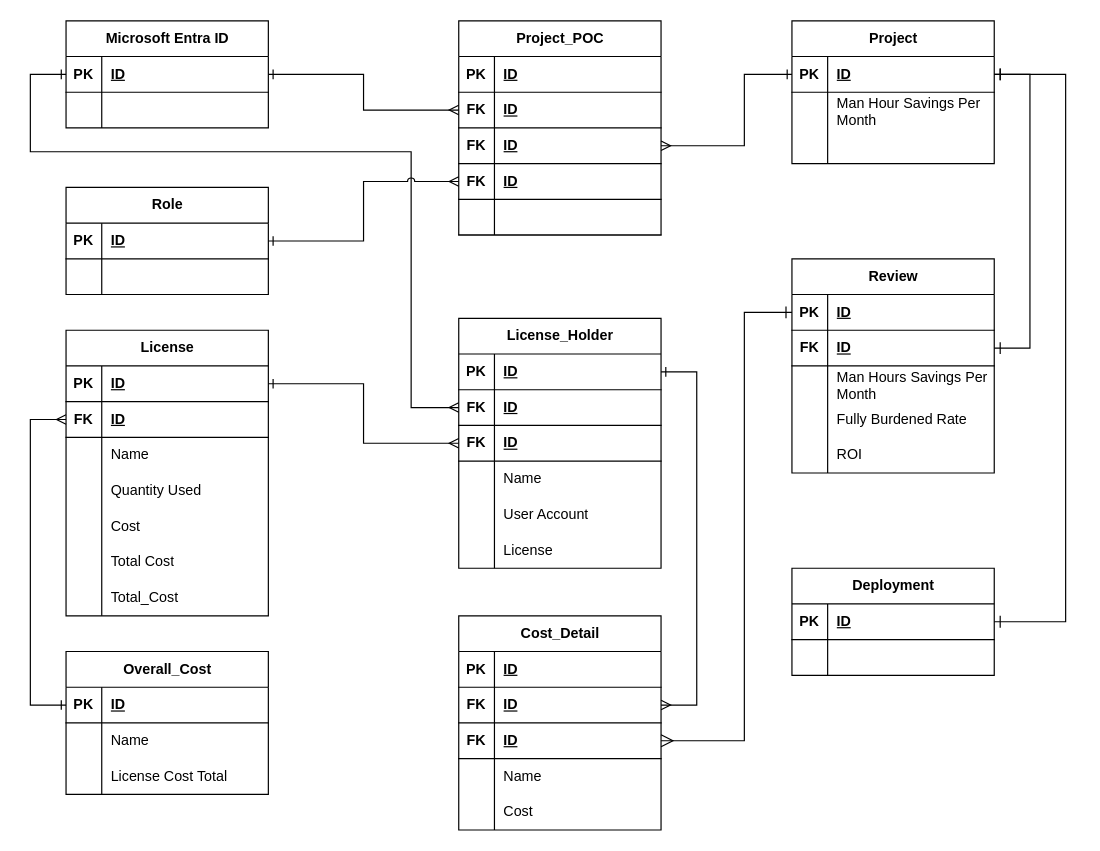
Earlier version of the draw.io diagram erd-projint-01.drawio (josjreyes/ProjectIntake). Source tidied: cells renumbered, new cells numbered last; positions are measured from the earlier drawing's top-left corner, leaving out a move shared by most shapes. Both pictures are drawn from the tidied source at 119%, with x=0, y=0 at pixel (30, 20).
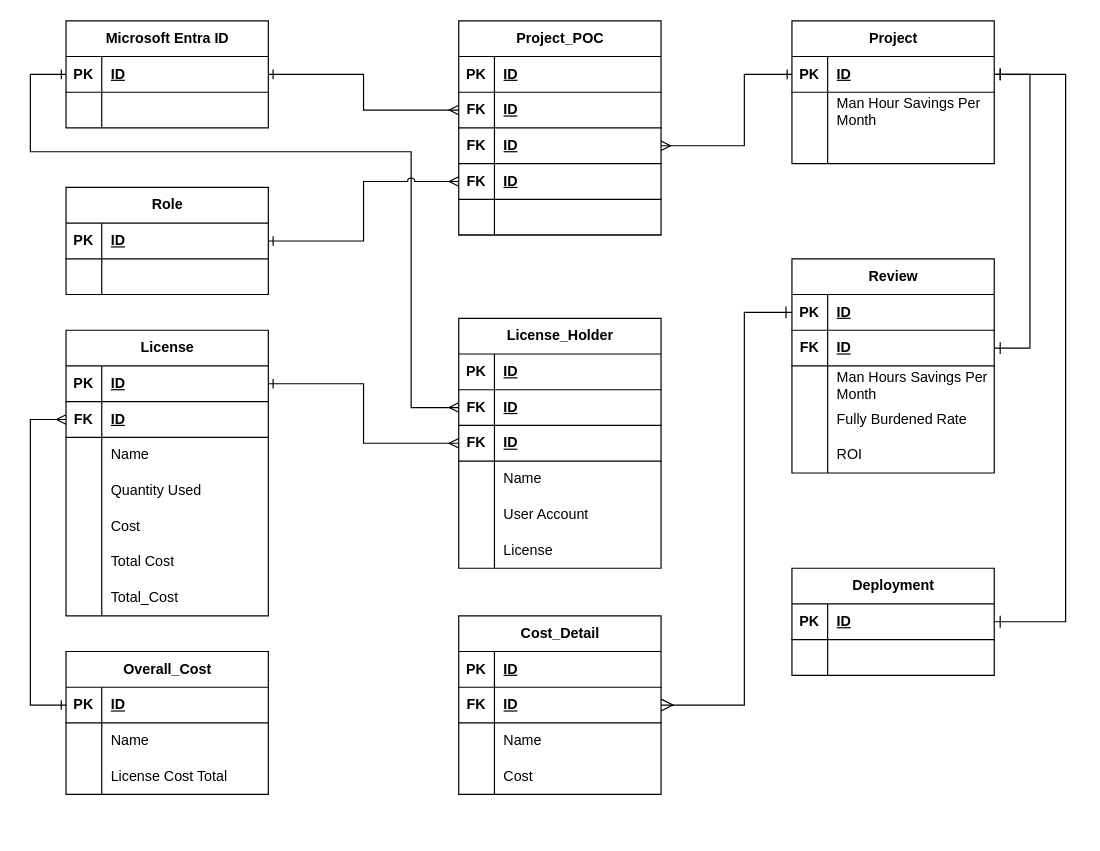
Above is the later version.

Commit message:
Removed relationship between license_holder and cost_detail erd-projint-01.drawio

The change refers to these unchanged cells:
```xml
<mxCell id="67" style="shape=tableRow;horizontal=0;startSize=0;swimlaneHead=0;swimlaneBody=0;fillColor=none;points=[[0,0.5],[1,0.5]];portConstraint=eastwest;top=0;left=0;right=0;bottom=1;" parent="66" vertex="1">
  <mxGeometry y="30" width="170" height="30" as="geometry" />
</mxCell>
<mxCell id="105" style="shape=tableRow;horizontal=0;startSize=0;swimlaneHead=0;swimlaneBody=0;fillColor=none;points=[[0,0.5],[1,0.5]];portConstraint=eastwest;top=0;left=0;right=0;bottom=1;" parent="104" vertex="1">
  <mxGeometry y="30" width="170" height="30" as="geometry" />
</mxCell>
```

The edit, as a diff of the source:
```diff
@@
     <mxCell id="34" value="Cost_Detail" style="shape=table;startSize=30;childLayout=tableLayout;rowLines=0;fontStyle=1;align=center;html=1;" parent="1" vertex="1">
-      <mxGeometry x="360" y="500" width="170" height="180" as="geometry" />
+      <mxGeometry x="360" y="500" width="170" height="150" as="geometry" />
     </mxCell>
@@
-    <mxCell id="38" style="shape=tableRow;horizontal=0;startSize=0;swimlaneHead=0;swimlaneBody=0;fillColor=none;points=[[0,0.5],[1,0.5]];portConstraint=eastwest;top=0;left=0;right=0;bottom=1;" parent="34" vertex="1">
-      <mxGeometry y="60" width="170" height="30" as="geometry" />
-    </mxCell>
-    <mxCell id="39" value="FK" style="shape=partialRectangle;fillColor=none;top=0;left=0;bottom=0;right=0;fontStyle=1;overflow=hidden;whiteSpace=wrap;html=1;" parent="38" vertex="1">
-      <mxGeometry width="30" height="30" as="geometry" />
-    </mxCell>
-    <mxCell id="40" value="ID" style="shape=partialRectangle;fillColor=none;top=0;left=0;bottom=0;right=0;align=left;spacingLeft=6;fontStyle=5;overflow=hidden;whiteSpace=wrap;html=1;" parent="38" vertex="1">
-      <mxGeometry x="30" width="140" height="30" as="geometry" />
-    </mxCell>
     <mxCell id="41" style="shape=tableRow;horizontal=0;startSize=0;swimlaneHead=0;swimlaneBody=0;fillColor=none;points=[[0,0.5],[1,0.5]];portConstraint=eastwest;top=0;left=0;right=0;bottom=1;" parent="34" vertex="1">
-      <mxGeometry y="90" width="170" height="30" as="geometry" />
+      <mxGeometry y="60" width="170" height="30" as="geometry" />
     </mxCell>
@@
     <mxCell id="44" style="shape=tableRow;horizontal=0;startSize=0;swimlaneHead=0;swimlaneBody=0;fillColor=none;top=0;left=0;right=0;bottom=0;" parent="34" vertex="1">
-      <mxGeometry y="120" width="170" height="30" as="geometry" />
+      <mxGeometry y="90" width="170" height="30" as="geometry" />
     </mxCell>
@@
     <mxCell id="47" style="shape=tableRow;horizontal=0;startSize=0;swimlaneHead=0;swimlaneBody=0;fillColor=none;top=0;left=0;right=0;bottom=0;" parent="34" vertex="1">
-      <mxGeometry y="150" width="170" height="30" as="geometry" />
+      <mxGeometry y="120" width="170" height="30" as="geometry" />
     </mxCell>
@@
-    <mxCell id="64" style="edgeStyle=orthogonalEdgeStyle;rounded=0;jettySize=auto;html=1;exitX=1;exitY=0.5;exitDx=0;exitDy=0;endArrow=ERone;endFill=0;startArrow=ERmany;startFill=0;entryX=1;entryY=0.5;entryDx=0;entryDy=0;" parent="1" edge="1" source="38" target="105">
-      <mxGeometry relative="1" as="geometry">
-        <Array as="points">
-          <mxPoint x="560" y="575" />
-          <mxPoint x="560" y="295" />
-        </Array>
-      </mxGeometry>
-    </mxCell>
@@
     <mxCell id="101" style="edgeStyle=orthogonalEdgeStyle;rounded=0;jettySize=auto;html=1;entryX=1;entryY=0.5;entryDx=0;entryDy=0;fontSize=12;startSize=8;endSize=8;exitX=0;exitY=0.5;exitDx=0;exitDy=0;startArrow=ERone;startFill=0;endArrow=ERmany;endFill=0;" parent="1" edge="1" source="67" target="41">
       <mxGeometry relative="1" as="geometry">
         <Array as="points">
           <mxPoint x="600" y="245" />
-          <mxPoint x="600" y="605" />
+          <mxPoint x="600" y="575" />
         </Array>
       </mxGeometry>
     </mxCell>
```
